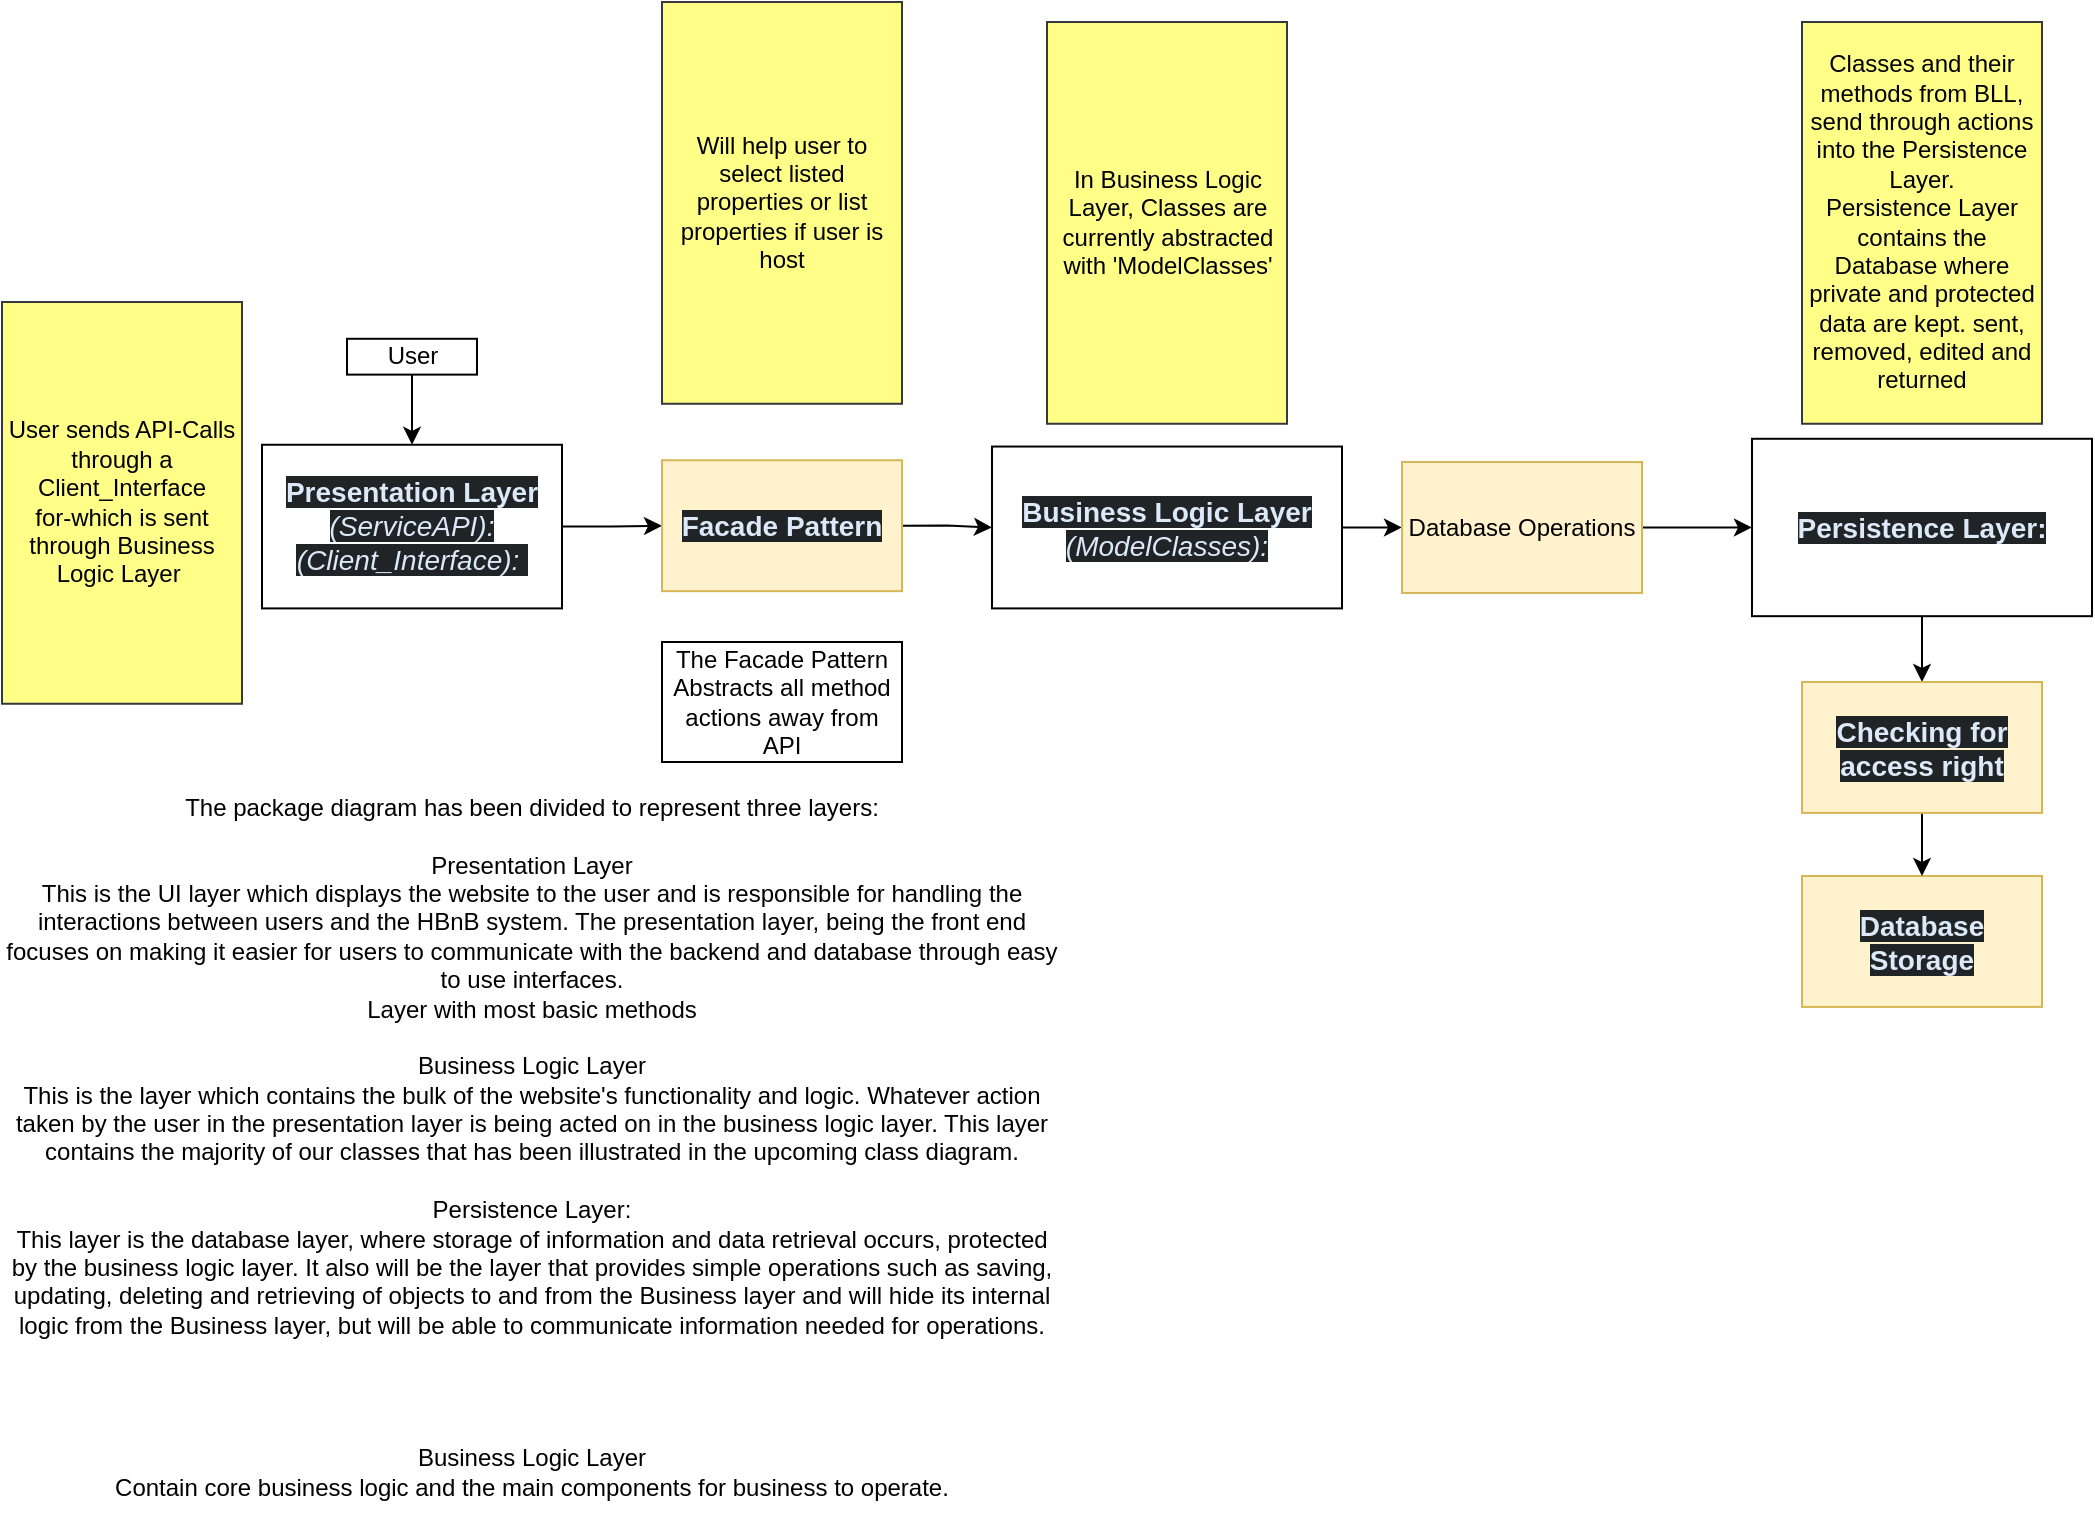
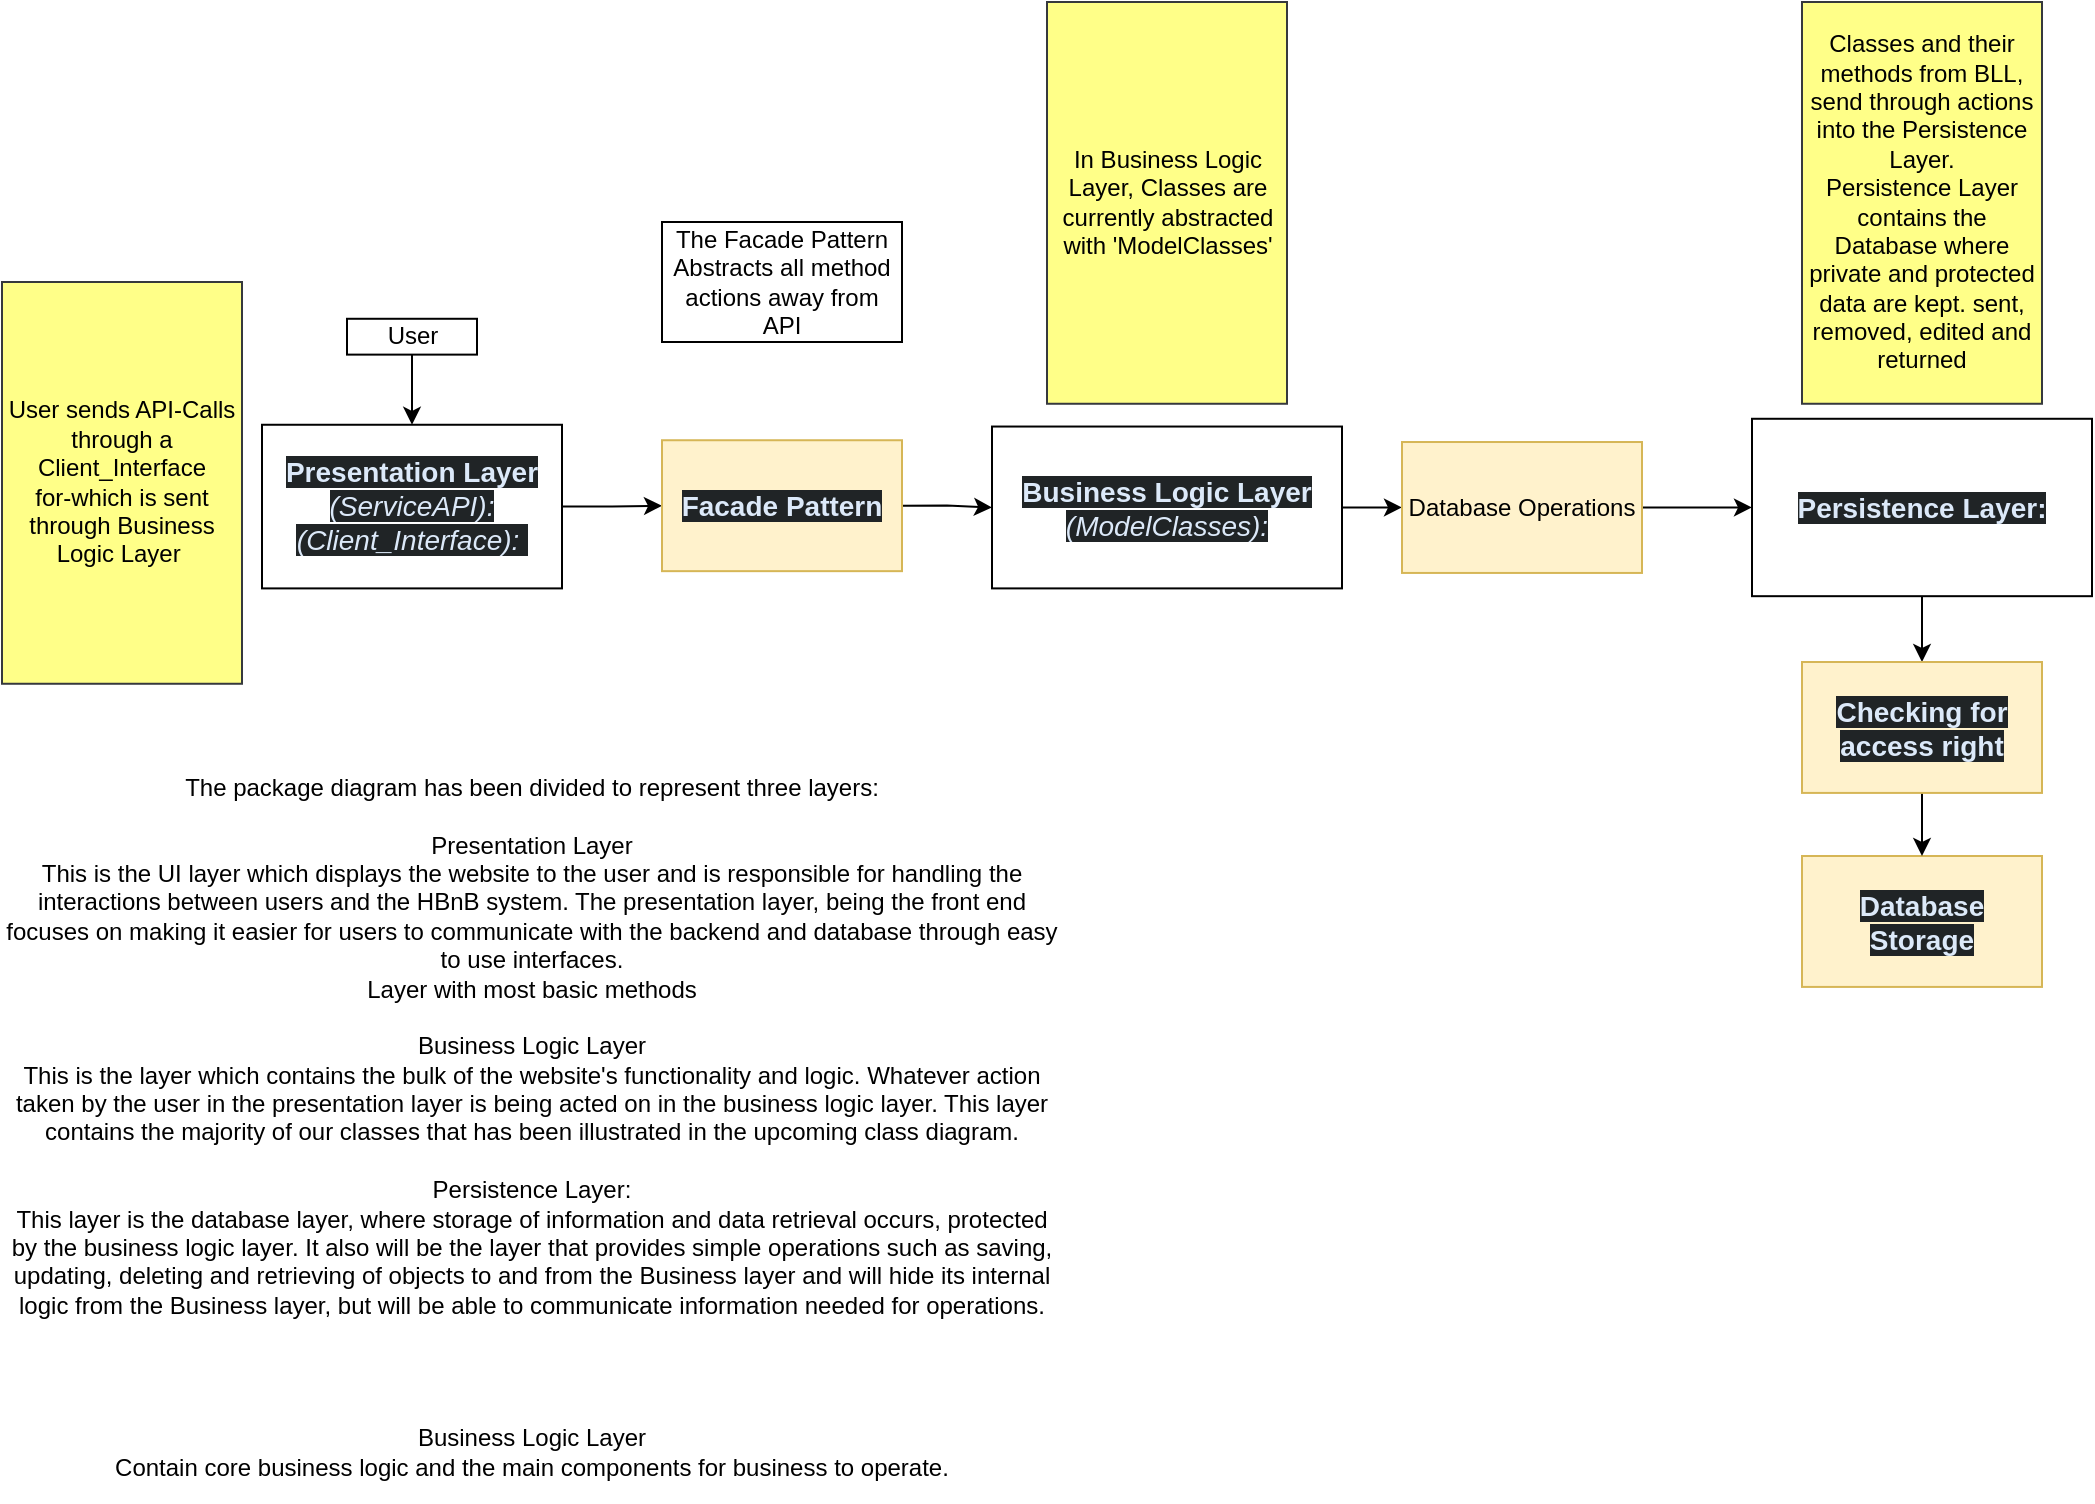
<mxfile host="app.diagrams.net">
  <diagram name="Page-1" id="2KrW7VEhyqmw7Nx4Ttr-">
-     <mxGraphModel dx="623" dy="575" grid="1" gridSize="10" guides="1" tooltips="1" connect="1" arrows="1" fold="1" page="1" pageScale="1" pageWidth="850" pageHeight="1100" math="0" shadow="0">
+     <mxGraphModel dx="884" dy="490" grid="1" gridSize="10" guides="1" tooltips="1" connect="1" arrows="1" fold="1" page="1" pageScale="1" pageWidth="850" pageHeight="1100" math="0" shadow="0">
      <root>
        <mxCell id="0" />
        <mxCell id="1" parent="0" />
        <mxCell id="vZHe2jEZJALmbnLdjFB--106" edge="1" parent="1" source="vZHe2jEZJALmbnLdjFB--105" style="edgeStyle=orthogonalEdgeStyle;rounded=0;orthogonalLoop=1;jettySize=auto;html=1;entryX=0.5;entryY=0;entryDx=0;entryDy=0;exitX=0.5;exitY=1;exitDx=0;exitDy=0;" target="vZHe2jEZJALmbnLdjFB--6" value="">
          <mxGeometry relative="1" as="geometry">
            <mxPoint x="360" y="250" as="sourcePoint" />
          </mxGeometry>
        </mxCell>
        <mxCell id="vZHe2jEZJALmbnLdjFB--6" parent="1" style="rounded=0;whiteSpace=wrap;html=1;" value="&lt;strong style=&quot;box-sizing: border-box; font-weight: bold; scrollbar-color: rgb(95, 99, 104) rgb(49, 54, 60); color: rgb(220, 233, 249); font-family: aktiv-grotesk, sans-serif; font-size: 14px; text-align: start; background-color: rgb(32, 36, 38);&quot;&gt;Presentation Layer &lt;/strong&gt;&lt;span style=&quot;box-sizing: border-box; scrollbar-color: rgb(95, 99, 104) rgb(49, 54, 60); color: rgb(220, 233, 249); font-family: aktiv-grotesk, sans-serif; font-size: 14px; text-align: start; background-color: rgb(32, 36, 38);&quot;&gt;&lt;i&gt;(ServiceAPI):&lt;/i&gt;&lt;/span&gt;&lt;div&gt;&lt;span style=&quot;color: rgb(220, 233, 249); font-family: aktiv-grotesk, sans-serif; font-size: 14px; text-align: start; background-color: rgb(32, 36, 38);&quot;&gt;&lt;i&gt;(Client_Interface):&amp;nbsp;&lt;/i&gt;&lt;/span&gt;&lt;/div&gt;" vertex="1">
          <mxGeometry height="81.82" width="150" x="400" y="301.38" as="geometry" />
        </mxCell>
        <mxCell id="vZHe2jEZJALmbnLdjFB--8" edge="1" parent="1" source="vZHe2jEZJALmbnLdjFB--10" style="edgeStyle=orthogonalEdgeStyle;rounded=0;orthogonalLoop=1;jettySize=auto;html=1;exitX=1;exitY=0.5;exitDx=0;exitDy=0;entryX=0;entryY=0.5;entryDx=0;entryDy=0;" target="vZHe2jEZJALmbnLdjFB--39">
          <mxGeometry relative="1" as="geometry" />
        </mxCell>
        <mxCell id="vZHe2jEZJALmbnLdjFB--10" parent="1" style="rounded=0;whiteSpace=wrap;html=1;" value="&lt;span style=&quot;box-sizing: border-box; scrollbar-color: rgb(95, 99, 104) rgb(49, 54, 60); color: rgb(220, 233, 249); font-family: aktiv-grotesk, sans-serif; font-size: 14px; text-align: start; background-color: rgb(32, 36, 38);&quot;&gt;&lt;b&gt;Business Logic Layer &lt;/b&gt;&lt;i style=&quot;&quot;&gt;(ModelClasses):&lt;/i&gt;&lt;/span&gt;" vertex="1">
          <mxGeometry height="80.93" width="175" x="765" y="302.27" as="geometry" />
        </mxCell>
        <mxCell id="vZHe2jEZJALmbnLdjFB--11" edge="1" parent="1" source="vZHe2jEZJALmbnLdjFB--12" style="edgeStyle=orthogonalEdgeStyle;rounded=0;orthogonalLoop=1;jettySize=auto;html=1;exitX=0.5;exitY=1;exitDx=0;exitDy=0;entryX=0.5;entryY=0;entryDx=0;entryDy=0;" target="vZHe2jEZJALmbnLdjFB--102">
          <mxGeometry relative="1" as="geometry" />
        </mxCell>
        <mxCell id="vZHe2jEZJALmbnLdjFB--12" parent="1" style="rounded=0;whiteSpace=wrap;html=1;" value="&lt;strong style=&quot;box-sizing: border-box; font-weight: bold; scrollbar-color: rgb(95, 99, 104) rgb(49, 54, 60); color: rgb(220, 233, 249); font-family: aktiv-grotesk, sans-serif; font-size: 14px; text-align: start; background-color: rgb(32, 36, 38);&quot;&gt;Persistence Layer:&lt;/strong&gt;" vertex="1">
          <mxGeometry height="88.7" width="170" x="1145" y="298.39" as="geometry" />
        </mxCell>
        <mxCell id="vZHe2jEZJALmbnLdjFB--29" parent="1" style="rounded=0;whiteSpace=wrap;html=1;align=center;fillColor=#fff2cc;strokeColor=#d6b656;" value="&lt;div style=&quot;&quot;&gt;&lt;font color=&quot;#dce9f9&quot; face=&quot;aktiv-grotesk, sans-serif&quot;&gt;&lt;span style=&quot;font-size: 14px; background-color: rgb(32, 36, 38);&quot;&gt;&lt;b&gt;Database&lt;br&gt;Storage&lt;/b&gt;&lt;/span&gt;&lt;/font&gt;&lt;/div&gt;" vertex="1">
          <mxGeometry height="65.46" width="120" x="1170" y="517" as="geometry" />
        </mxCell>
        <mxCell id="vZHe2jEZJALmbnLdjFB--35" edge="1" parent="1" source="vZHe2jEZJALmbnLdjFB--37" style="edgeStyle=orthogonalEdgeStyle;rounded=0;orthogonalLoop=1;jettySize=auto;html=1;exitX=1;exitY=0.5;exitDx=0;exitDy=0;" target="vZHe2jEZJALmbnLdjFB--10">
          <mxGeometry relative="1" as="geometry">
            <mxPoint x="750" y="339.5700000000001" as="sourcePoint" />
          </mxGeometry>
        </mxCell>
        <mxCell id="vZHe2jEZJALmbnLdjFB--36" edge="1" parent="1" source="vZHe2jEZJALmbnLdjFB--6" style="edgeStyle=orthogonalEdgeStyle;rounded=0;orthogonalLoop=1;jettySize=auto;html=1;exitX=1;exitY=0.5;exitDx=0;exitDy=0;entryX=0;entryY=0.5;entryDx=0;entryDy=0;" target="vZHe2jEZJALmbnLdjFB--37">
          <mxGeometry relative="1" as="geometry">
            <mxPoint x="575" y="430" as="targetPoint" />
          </mxGeometry>
        </mxCell>
        <mxCell id="vZHe2jEZJALmbnLdjFB--37" parent="1" style="rounded=0;whiteSpace=wrap;html=1;align=center;fillColor=#fff2cc;strokeColor=#d6b656;" value="&lt;div style=&quot;&quot;&gt;&lt;font color=&quot;#dce9f9&quot; face=&quot;aktiv-grotesk, sans-serif&quot;&gt;&lt;span style=&quot;font-size: 14px; background-color: rgb(32, 36, 38);&quot;&gt;&lt;b&gt;Facade Pattern&lt;/b&gt;&lt;/span&gt;&lt;/font&gt;&lt;/div&gt;" vertex="1">
          <mxGeometry height="65.46" width="120" x="600" y="309.11999999999995" as="geometry" />
        </mxCell>
        <mxCell id="vZHe2jEZJALmbnLdjFB--38" edge="1" parent="1" source="vZHe2jEZJALmbnLdjFB--39" style="edgeStyle=orthogonalEdgeStyle;rounded=0;orthogonalLoop=1;jettySize=auto;html=1;exitX=1;exitY=0.5;exitDx=0;exitDy=0;entryX=0;entryY=0.5;entryDx=0;entryDy=0;" target="vZHe2jEZJALmbnLdjFB--12">
          <mxGeometry relative="1" as="geometry" />
        </mxCell>
        <mxCell id="vZHe2jEZJALmbnLdjFB--39" parent="1" style="rounded=0;whiteSpace=wrap;html=1;align=center;fillColor=#fff2cc;strokeColor=#d6b656;" value="Database Operations" vertex="1">
          <mxGeometry height="65.46" width="120" x="970" y="310.01" as="geometry" />
        </mxCell>
        <mxCell id="vZHe2jEZJALmbnLdjFB--101" edge="1" parent="1" source="vZHe2jEZJALmbnLdjFB--102" style="edgeStyle=orthogonalEdgeStyle;rounded=0;orthogonalLoop=1;jettySize=auto;html=1;exitX=0.5;exitY=1;exitDx=0;exitDy=0;entryX=0.5;entryY=0;entryDx=0;entryDy=0;" target="vZHe2jEZJALmbnLdjFB--29">
          <mxGeometry relative="1" as="geometry">
            <mxPoint x="1460" y="530" as="targetPoint" />
          </mxGeometry>
        </mxCell>
        <mxCell id="vZHe2jEZJALmbnLdjFB--102" parent="1" style="rounded=0;whiteSpace=wrap;html=1;align=center;fillColor=#fff2cc;strokeColor=#d6b656;" value="&lt;div style=&quot;&quot;&gt;&lt;font color=&quot;#dce9f9&quot; face=&quot;aktiv-grotesk, sans-serif&quot;&gt;&lt;span style=&quot;font-size: 14px; background-color: rgb(32, 36, 38);&quot;&gt;&lt;b&gt;Checking for access right&lt;/b&gt;&lt;/span&gt;&lt;/font&gt;&lt;/div&gt;" vertex="1">
          <mxGeometry height="65.46" width="120" x="1170" y="420" as="geometry" />
        </mxCell>
        <mxCell id="vZHe2jEZJALmbnLdjFB--105" parent="1" style="whiteSpace=wrap;html=1;rounded=0;" value="User" vertex="1">
          <mxGeometry height="17.92" width="65" x="442.5" y="248.39" as="geometry" />
        </mxCell>
        <mxCell id="WIsYPLuYnzwIEppj4hiX-1" parent="1" style="rounded=0;whiteSpace=wrap;html=1;fillColor=light-dark(#FFFF88,#FFFF63);strokeColor=#36393d;fontColor=light-dark(#000000,#000000);" value="User sends API-Calls through a Client_Interface&lt;br&gt;for-which is sent through Business Logic Layer&amp;nbsp;" vertex="1">
          <mxGeometry height="200.88" width="120" x="270" y="230" as="geometry" />
        </mxCell>
        <mxCell id="WIsYPLuYnzwIEppj4hiX-2" parent="1" style="rounded=0;whiteSpace=wrap;html=1;fillColor=light-dark(#FFFF88,#FFFF63);strokeColor=#36393d;fontColor=light-dark(#000000,#000000);" value="In Business Logic Layer, Classes are currently abstracted with &#39;ModelClasses&#39;" vertex="1">
          <mxGeometry height="200.88" width="120" x="792.5" y="90" as="geometry" />
        </mxCell>
        <mxCell id="WIsYPLuYnzwIEppj4hiX-3" parent="1" style="rounded=0;whiteSpace=wrap;html=1;fillColor=light-dark(#FFFF88,#FFFF63);strokeColor=#36393d;fontColor=light-dark(#000000,#000000);" value="Classes and their methods from BLL,&lt;br&gt;send through actions into the Persistence Layer.&lt;br&gt;Persistence Layer contains the Database where private and protected data are kept. sent, removed, edited and returned" vertex="1">
          <mxGeometry height="200.88" width="120" x="1170" y="90" as="geometry" />
        </mxCell>
-         <mxCell id="WgZE8rlp9okLk8PS5iAP-1" parent="1" style="rounded=0;whiteSpace=wrap;html=1;fillColor=light-dark(#FFFF88,#FFFF63);strokeColor=#36393d;fontColor=light-dark(#000000,#000000);" value="Will help user to select listed properties or list properties if user is host" vertex="1">
-           <mxGeometry height="200.88" width="120" x="600" y="80" as="geometry" />
-         </mxCell>
-         <mxCell id="jcnPVMmyGXToek09mdS7-1" parent="1" style="rounded=0;whiteSpace=wrap;html=1;" value="The Facade Pattern Abstracts all method actions away from API" vertex="1">
-           <mxGeometry height="60" width="120" x="600" y="400" as="geometry" />
+         <mxCell id="jcnPVMmyGXToek09mdS7-1" parent="1" style="rounded=0;whiteSpace=wrap;html=1;fillColor=light-dark(#FFFFFF,#FFF200);fontColor=light-dark(#000000,#000000);" value="The Facade Pattern Abstracts all method actions away from API" vertex="1">
+           <mxGeometry height="60" width="120" x="600" y="200" as="geometry" />
        </mxCell>
        <mxCell id="3AgvAKh3npFNZkdtQLno-1" parent="1" style="text;html=1;whiteSpace=wrap;strokeColor=none;fillColor=none;align=center;verticalAlign=middle;rounded=0;" value="The package diagram has been divided to represent three layers:&lt;br&gt;&lt;br&gt;Presentation Layer&lt;div&gt;This is the UI layer which displays the website to the user and is responsible for handling the interactions between users and the HBnB system. The presentation layer, being the front end focuses on making it easier for users to communicate with the backend and database through easy to use interfaces.&lt;br&gt;Layer with most basic methods&lt;br&gt;&lt;br&gt;Business Logic Layer&lt;div&gt;This is the layer which contains the bulk of the website&#39;s functionality and logic. Whatever action taken by the user in the presentation layer is being acted on in the business logic layer. This layer contains the majority of our classes that has been illustrated in the upcoming class diagram.&lt;/div&gt;&lt;div&gt;&lt;br&gt;&lt;/div&gt;&lt;div&gt;Persistence Layer:&lt;/div&gt;&lt;div&gt;This layer is the database layer, where storage of information and data retrieval occurs, protected by the business logic layer. It also will be the layer that provides simple operations such as saving, updating, deleting and retrieving of objects to and from the Business layer and will hide its internal logic from the Business layer, but will be able to communicate information needed for operations.&lt;/div&gt;&lt;/div&gt;" vertex="1">
          <mxGeometry height="303" width="530" x="270" y="460" as="geometry" />
        </mxCell>
        <mxCell id="W_o3C3PsjH2Ao98SipCb-2" parent="1" style="text;html=1;whiteSpace=wrap;strokeColor=none;fillColor=none;align=center;verticalAlign=middle;rounded=0;" value="Business Logic Layer&lt;div&gt;Contain core business logic and the main components for business to operate.&lt;/div&gt;" vertex="1">
          <mxGeometry height="50" width="530" x="270" y="790" as="geometry" />
        </mxCell>
      </root>
    </mxGraphModel>
  </diagram>
</mxfile>
